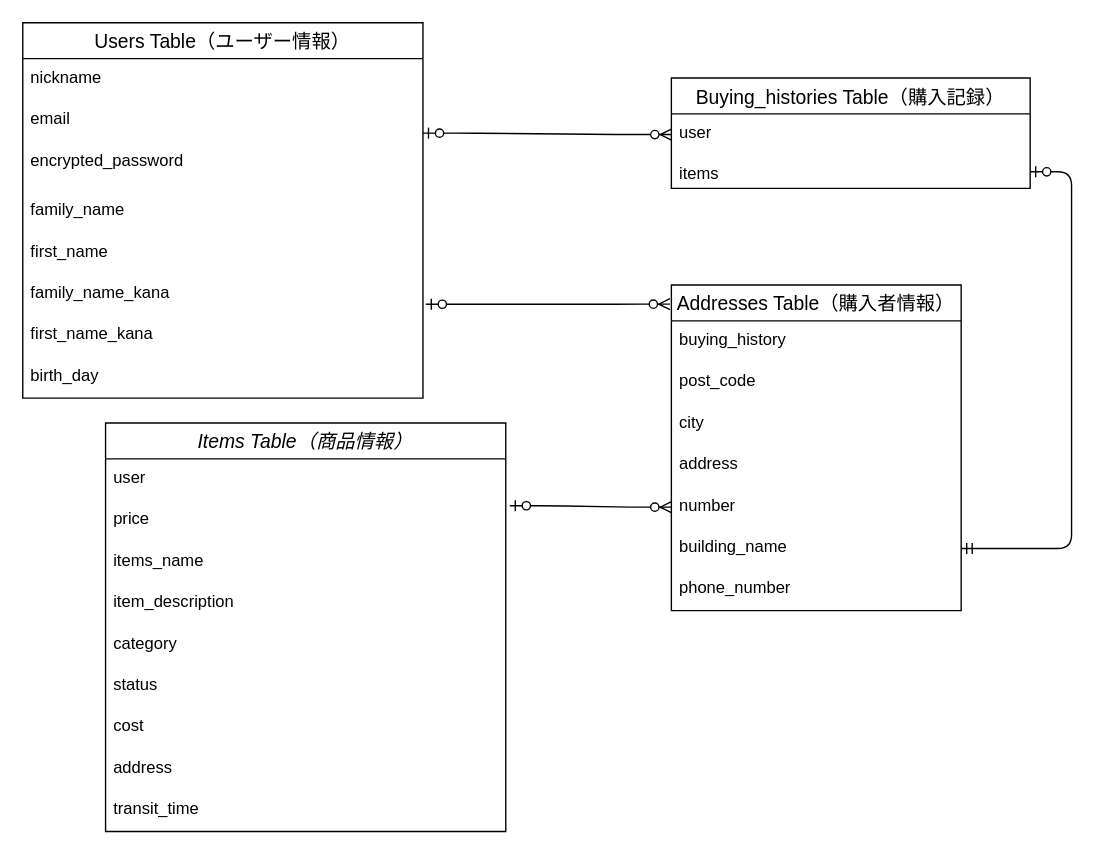
This is db.dio from ran-hrsw/furima-40243, a draw.io file, before an edit. Source tidied: cells renumbered, new cells numbered last; positions are measured from the earlier drawing's top-left corner, leaving out a move shared by most shapes. Both pictures are drawn from the tidied source at 138%, with x=0, y=0 at pixel (22, 22).
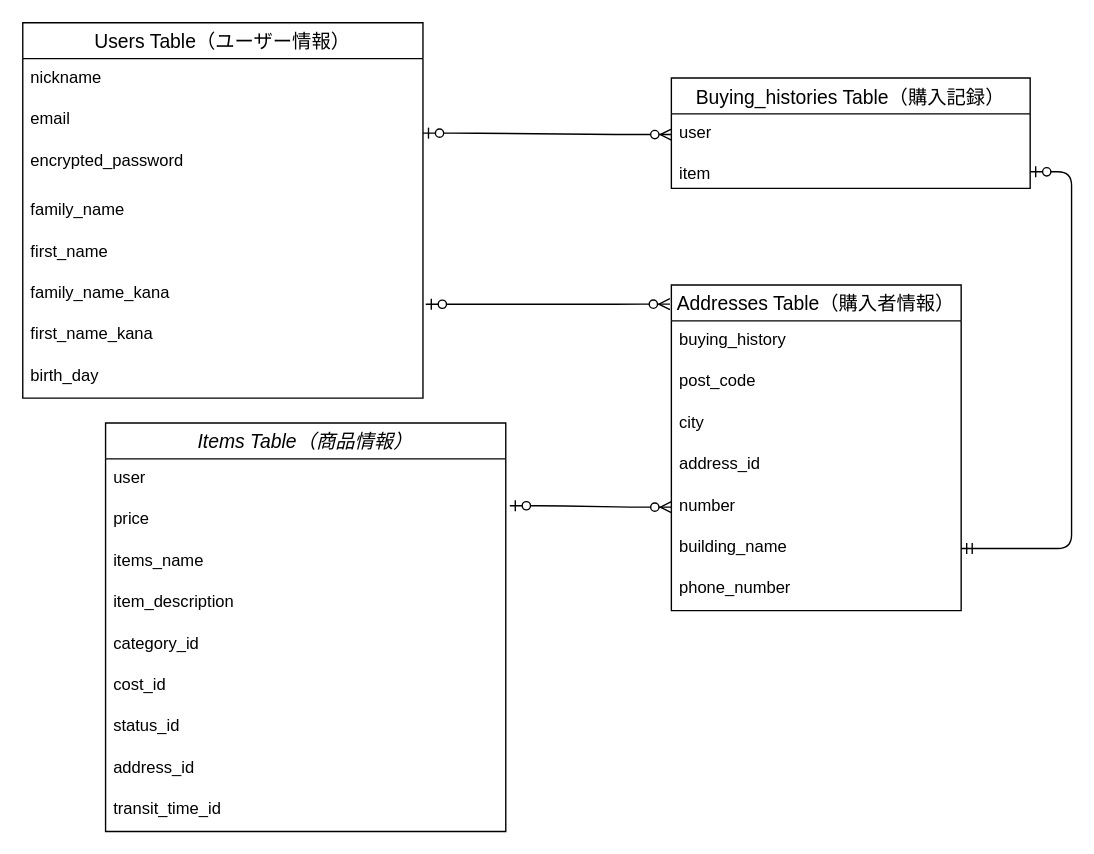
The same page after the edit.

Unchanged cells that the change refers to:
```xml
<mxCell id="2" value="Items Table（商品情報）" style="swimlane;fontStyle=2;horizontal=1;startSize=26;align=center;fontSize=14;" parent="1" vertex="1">
  <mxGeometry x="60" y="290" width="290" height="296" as="geometry" />
</mxCell>
<mxCell id="12" value="Buying_histories Table（購入記録）" style="swimlane;fontStyle=0;horizontal=1;startSize=26;align=center;fontSize=14;" parent="1" vertex="1">
  <mxGeometry x="470" y="40" width="260" height="80" as="geometry" />
</mxCell>
<mxCell id="15" value="Addresses Table（購入者情報）" style="swimlane;fontStyle=0;horizontal=1;startSize=26;align=center;fontSize=14;" parent="1" vertex="1">
  <mxGeometry x="470" y="190" width="210" height="236" as="geometry" />
</mxCell>
```

Change to the diagram source:
```diff
@@
-    <mxCell id="7" value="category" style="text;strokeColor=none;fillColor=none;spacingLeft=4;spacingRight=4;overflow=hidden;fontSize=12;" parent="2" vertex="1">
+    <mxCell id="7" value="category_id" style="text;strokeColor=none;fillColor=none;spacingLeft=4;spacingRight=4;overflow=hidden;fontSize=12;" parent="2" vertex="1">
       <mxGeometry y="146" width="290" height="30" as="geometry" />
     </mxCell>
+    <mxCell id="9" value="cost_id" style="text;strokeColor=none;fillColor=none;spacingLeft=4;spacingRight=4;overflow=hidden;fontSize=12;" parent="2" vertex="1">
+      <mxGeometry y="176" width="290" height="30" as="geometry" />
+    </mxCell>
-    <mxCell id="8" value="status" style="text;strokeColor=none;fillColor=none;spacingLeft=4;spacingRight=4;overflow=hidden;fontSize=12;" parent="2" vertex="1">
-      <mxGeometry y="176" width="290" height="30" as="geometry" />
+    <mxCell id="8" value="status_id" style="text;strokeColor=none;fillColor=none;spacingLeft=4;spacingRight=4;overflow=hidden;fontSize=12;" parent="2" vertex="1">
+      <mxGeometry y="206" width="290" height="30" as="geometry" />
     </mxCell>
-    <mxCell id="9" value="cost" style="text;strokeColor=none;fillColor=none;spacingLeft=4;spacingRight=4;overflow=hidden;fontSize=12;" parent="2" vertex="1">
-      <mxGeometry y="206" width="290" height="30" as="geometry" />
-    </mxCell>
-    <mxCell id="10" value="address" style="text;strokeColor=none;fillColor=none;spacingLeft=4;spacingRight=4;overflow=hidden;fontSize=12;" parent="2" vertex="1">
+    <mxCell id="10" value="address_id" style="text;strokeColor=none;fillColor=none;spacingLeft=4;spacingRight=4;overflow=hidden;fontSize=12;" parent="2" vertex="1">
       <mxGeometry y="236" width="290" height="30" as="geometry" />
     </mxCell>
-    <mxCell id="11" value="transit_time" style="text;strokeColor=none;fillColor=none;spacingLeft=4;spacingRight=4;overflow=hidden;fontSize=12;" parent="2" vertex="1">
+    <mxCell id="11" value="transit_time_id" style="text;strokeColor=none;fillColor=none;spacingLeft=4;spacingRight=4;overflow=hidden;fontSize=12;" parent="2" vertex="1">
       <mxGeometry y="266" width="290" height="30" as="geometry" />
     </mxCell>
@@
-    <mxCell id="14" value="items" style="text;strokeColor=none;fillColor=none;spacingLeft=4;spacingRight=4;overflow=hidden;points=[[0,0.5],[1,0.5]];portConstraint=eastwest;fontSize=12;" parent="12" vertex="1">
+    <mxCell id="14" value="item" style="text;strokeColor=none;fillColor=none;spacingLeft=4;spacingRight=4;overflow=hidden;points=[[0,0.5],[1,0.5]];portConstraint=eastwest;fontSize=12;" parent="12" vertex="1">
       <mxGeometry y="56" width="260" height="24" as="geometry" />
     </mxCell>
@@
-    <mxCell id="19" value="address" style="text;strokeColor=none;fillColor=none;spacingLeft=4;spacingRight=4;overflow=hidden;fontSize=12;" parent="15" vertex="1">
+    <mxCell id="19" value="address_id" style="text;strokeColor=none;fillColor=none;spacingLeft=4;spacingRight=4;overflow=hidden;fontSize=12;" parent="15" vertex="1">
       <mxGeometry y="116" width="210" height="30" as="geometry" />
     </mxCell>
```
